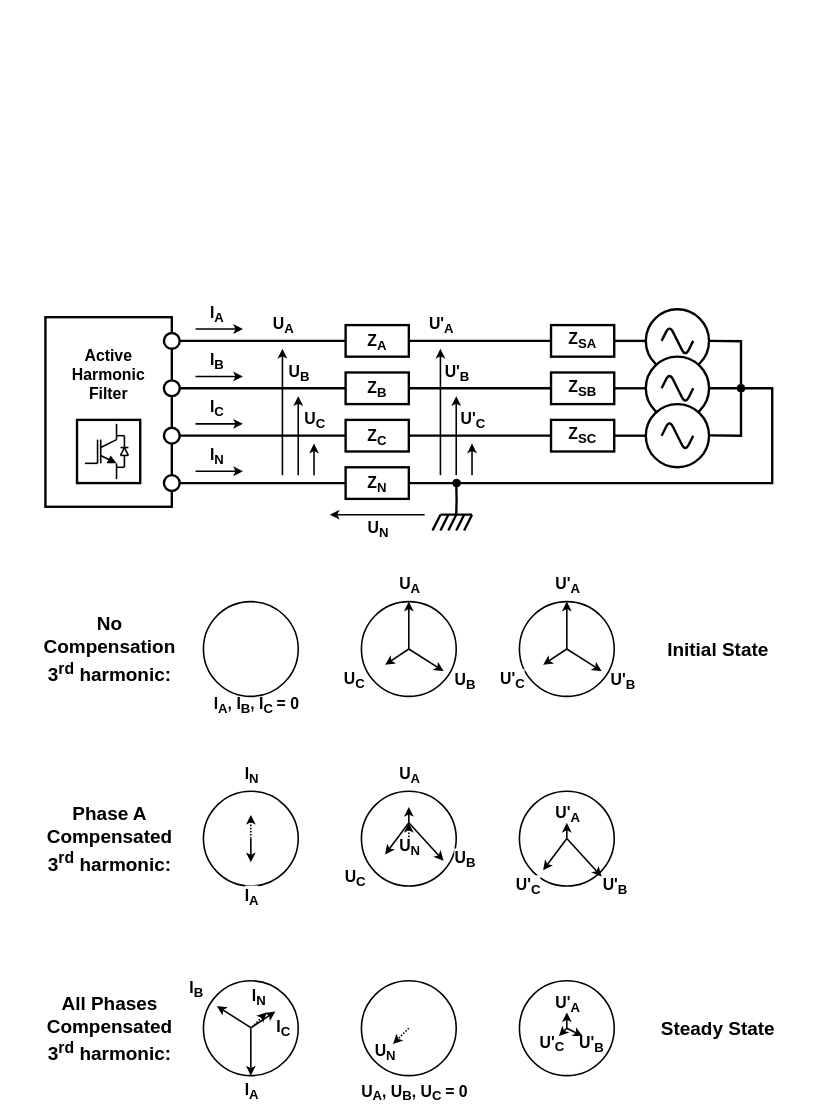
Earlier version of the draw.io diagram page "aszim" (12 of 12) of Graphics/Inverter Graphics.drawio (SukuWc/SGM-Inverter). Source tidied: cells renumbered, new cells numbered last; positions are measured from the earlier drawing's top-left corner, leaving out a move shared by most shapes. Both pictures are drawn from the tidied source at 79%, with x=0, y=0 at pixel (13, 301).
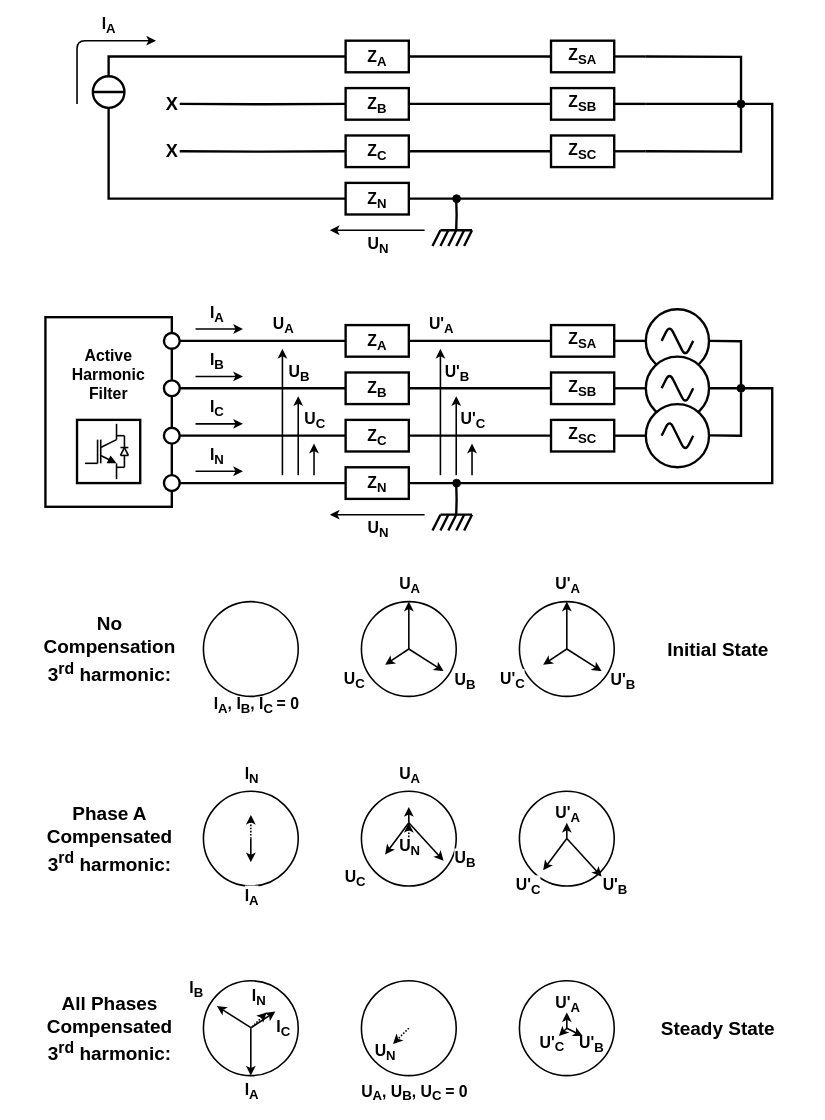
The same diagram, later.

Change to the diagram source:
```diff
@@
-    <mxCell id="5" style="rounded=0;whiteSpace=wrap;html=1;labelBackgroundColor=none;strokeWidth=3;strokeColor=none;fillColor=#FFFFFF;" parent="1" vertex="1">
-      <mxGeometry width="1010" height="320" as="geometry" />
-    </mxCell>
@@
+    <mxCell id="147" style="edgeStyle=orthogonalEdgeStyle;rounded=0;jettySize=auto;html=1;exitX=0.5;exitY=0;exitDx=0;exitDy=0;startArrow=none;startFill=0;endArrow=none;endFill=0;strokeWidth=3;entryX=0;entryY=0.5;entryDx=0;entryDy=0;" parent="1" edge="1" source="180" target="149">
+      <mxGeometry relative="1" as="geometry" />
+    </mxCell>
+    <mxCell id="148" style="edgeStyle=orthogonalEdgeStyle;rounded=0;jettySize=auto;html=1;exitX=1;exitY=0.5;exitDx=0;exitDy=0;startArrow=none;startFill=0;endArrow=none;endFill=0;strokeWidth=3;" parent="1" edge="1" source="149">
+      <mxGeometry relative="1" as="geometry">
+        <mxPoint x="730" y="-310" as="targetPoint" />
+      </mxGeometry>
+    </mxCell>
+    <mxCell id="149" value="&lt;font style=&quot;font-size: 20px&quot;&gt;&lt;b&gt;Z&lt;sub&gt;A&lt;/sub&gt;&lt;/b&gt;&lt;/font&gt;" style="rounded=0;whiteSpace=wrap;html=1;strokeWidth=3;fontSize=24;" parent="1" vertex="1">
+      <mxGeometry x="420" y="-330" width="80" height="40" as="geometry" />
+    </mxCell>
+    <mxCell id="150" style="edgeStyle=orthogonalEdgeStyle;rounded=0;jettySize=auto;html=1;exitX=1;exitY=0.5;exitDx=0;exitDy=0;startArrow=none;startFill=0;endArrow=none;endFill=0;strokeWidth=3;entryX=0;entryY=0.5;entryDx=0;entryDy=0;" parent="1" edge="1" target="152">
+      <mxGeometry relative="1" as="geometry">
+        <mxPoint x="210" y="-250" as="sourcePoint" />
+      </mxGeometry>
+    </mxCell>
+    <mxCell id="151" style="edgeStyle=orthogonalEdgeStyle;rounded=0;jettySize=auto;html=1;exitX=1;exitY=0.5;exitDx=0;exitDy=0;startArrow=none;startFill=0;endArrow=none;endFill=0;strokeWidth=3;" parent="1" edge="1" source="152">
+      <mxGeometry relative="1" as="geometry">
+        <mxPoint x="730" y="-250" as="targetPoint" />
+      </mxGeometry>
+    </mxCell>
+    <mxCell id="152" value="&lt;font style=&quot;font-size: 20px&quot;&gt;&lt;b&gt;Z&lt;sub&gt;B&lt;/sub&gt;&lt;/b&gt;&lt;/font&gt;" style="rounded=0;whiteSpace=wrap;html=1;strokeWidth=3;fontSize=24;" parent="1" vertex="1">
+      <mxGeometry x="420" y="-270" width="80" height="40" as="geometry" />
+    </mxCell>
+    <mxCell id="153" style="edgeStyle=orthogonalEdgeStyle;rounded=0;jettySize=auto;html=1;exitX=1;exitY=0.5;exitDx=0;exitDy=0;startArrow=none;startFill=0;endArrow=none;endFill=0;strokeWidth=3;entryX=0;entryY=0.5;entryDx=0;entryDy=0;" parent="1" edge="1" target="155">
+      <mxGeometry relative="1" as="geometry">
+        <mxPoint x="210" y="-190" as="sourcePoint" />
+      </mxGeometry>
+    </mxCell>
+    <mxCell id="154" style="edgeStyle=orthogonalEdgeStyle;rounded=0;jettySize=auto;html=1;exitX=1;exitY=0.5;exitDx=0;exitDy=0;startArrow=none;startFill=0;endArrow=none;endFill=0;strokeWidth=3;" parent="1" edge="1" source="155">
+      <mxGeometry relative="1" as="geometry">
+        <mxPoint x="730" y="-190" as="targetPoint" />
+      </mxGeometry>
+    </mxCell>
+    <mxCell id="155" value="&lt;font style=&quot;font-size: 20px&quot;&gt;&lt;b&gt;Z&lt;sub&gt;C&lt;/sub&gt;&lt;/b&gt;&lt;/font&gt;" style="rounded=0;whiteSpace=wrap;html=1;strokeWidth=3;fontSize=24;" parent="1" vertex="1">
+      <mxGeometry x="420" y="-210" width="80" height="40" as="geometry" />
+    </mxCell>
+    <mxCell id="156" style="edgeStyle=orthogonalEdgeStyle;rounded=0;jettySize=auto;html=1;exitX=0.5;exitY=1;exitDx=0;exitDy=0;startArrow=none;startFill=0;endArrow=none;endFill=0;strokeWidth=3;entryX=0;entryY=0.5;entryDx=0;entryDy=0;" parent="1" edge="1" source="180" target="158">
+      <mxGeometry relative="1" as="geometry" />
+    </mxCell>
+    <mxCell id="157" style="edgeStyle=orthogonalEdgeStyle;rounded=0;jettySize=auto;html=1;exitX=1;exitY=0.5;exitDx=0;exitDy=0;startArrow=none;startFill=0;endArrow=none;endFill=0;strokeWidth=3;" parent="1" edge="1" source="158">
+      <mxGeometry relative="1" as="geometry">
+        <mxPoint x="800" y="-250" as="targetPoint" />
+        <Array as="points">
+          <mxPoint x="960" y="-130" />
+          <mxPoint x="960" y="-250" />
+        </Array>
+      </mxGeometry>
+    </mxCell>
+    <mxCell id="158" value="&lt;font style=&quot;font-size: 20px&quot;&gt;&lt;b&gt;Z&lt;sub&gt;N&lt;/sub&gt;&lt;/b&gt;&lt;/font&gt;" style="rounded=0;whiteSpace=wrap;html=1;strokeWidth=3;fontSize=24;" parent="1" vertex="1">
+      <mxGeometry x="420" y="-150" width="80" height="40" as="geometry" />
+    </mxCell>
+    <mxCell id="159" style="endArrow=classic;html=1;strokeWidth=2;fontSize=20;fillColor=#f8cecc;strokeColor=#000000;edgeStyle=orthogonalEdgeStyle;" parent="1" edge="1">
+      <mxGeometry relative="1" as="geometry">
+        <mxPoint x="80" y="-250" as="sourcePoint" />
+        <mxPoint x="180" y="-330" as="targetPoint" />
+        <Array as="points">
+          <mxPoint x="80" y="-330" />
+        </Array>
+      </mxGeometry>
+    </mxCell>
+    <mxCell id="160" value="I&lt;sub&gt;A&lt;/sub&gt;" style="text;html=1;align=center;verticalAlign=middle;labelBackgroundColor=#ffffff;fontSize=20;fontStyle=1;" parent="159" vertex="1">
+      <mxGeometry x="0.55" y="-1" relative="1" as="geometry">
+        <mxPoint x="-21" y="-21" as="offset" />
+      </mxGeometry>
+    </mxCell>
+    <mxCell id="161" style="rounded=0;jettySize=auto;html=1;startArrow=none;startFill=0;endArrow=none;endFill=0;strokeWidth=3;edgeStyle=orthogonalEdgeStyle;entryX=0.5;entryY=1;entryDx=0;entryDy=0;" parent="1" edge="1" target="162">
+      <mxGeometry relative="1" as="geometry">
+        <mxPoint x="800" y="-190" as="sourcePoint" />
+      </mxGeometry>
+    </mxCell>
+    <mxCell id="162" style="ellipse;whiteSpace=wrap;html=1;fillColor=#000000;" parent="1" vertex="1">
+      <mxGeometry x="915.5" y="-255" width="10" height="10" as="geometry" />
+    </mxCell>
+    <mxCell id="163" style="rounded=0;jettySize=auto;html=1;startArrow=none;startFill=0;endArrow=none;endFill=0;strokeWidth=3;edgeStyle=orthogonalEdgeStyle;entryX=0.5;entryY=0;entryDx=0;entryDy=0;" parent="1" edge="1" target="162">
+      <mxGeometry relative="1" as="geometry">
+        <mxPoint x="800" y="-310" as="sourcePoint" />
+      </mxGeometry>
+    </mxCell>
+    <mxCell id="164" style="endArrow=none;html=1;strokeWidth=3;" parent="1" edge="1">
+      <mxGeometry relative="1" as="geometry">
+        <mxPoint x="530" y="-70" as="sourcePoint" />
+        <mxPoint x="540" y="-90" as="targetPoint" />
+      </mxGeometry>
+    </mxCell>
+    <mxCell id="165" style="endArrow=none;html=1;strokeWidth=3;" parent="1" edge="1">
+      <mxGeometry relative="1" as="geometry">
+        <mxPoint x="540" y="-70" as="sourcePoint" />
+        <mxPoint x="550" y="-90" as="targetPoint" />
+      </mxGeometry>
+    </mxCell>
+    <mxCell id="166" style="endArrow=none;html=1;strokeWidth=3;" parent="1" edge="1">
+      <mxGeometry relative="1" as="geometry">
+        <mxPoint x="550" y="-70" as="sourcePoint" />
+        <mxPoint x="560" y="-90" as="targetPoint" />
+      </mxGeometry>
+    </mxCell>
+    <mxCell id="167" style="endArrow=none;html=1;strokeWidth=3;" parent="1" edge="1">
+      <mxGeometry relative="1" as="geometry">
+        <mxPoint x="560" y="-70" as="sourcePoint" />
+        <mxPoint x="570" y="-90" as="targetPoint" />
+      </mxGeometry>
+    </mxCell>
+    <mxCell id="168" style="endArrow=none;html=1;strokeWidth=3;" parent="1" edge="1">
+      <mxGeometry relative="1" as="geometry">
+        <mxPoint x="540" y="-90" as="sourcePoint" />
+        <mxPoint x="580" y="-90" as="targetPoint" />
+      </mxGeometry>
+    </mxCell>
+    <mxCell id="169" style="endArrow=none;html=1;strokeWidth=3;" parent="1" edge="1">
+      <mxGeometry relative="1" as="geometry">
+        <mxPoint x="570" y="-70" as="sourcePoint" />
+        <mxPoint x="580" y="-90" as="targetPoint" />
+      </mxGeometry>
+    </mxCell>
+    <mxCell id="170" style="edgeStyle=orthogonalEdgeStyle;rounded=0;orthogonalLoop=1;jettySize=auto;html=1;exitX=0.5;exitY=1;exitDx=0;exitDy=0;endArrow=none;endFill=0;strokeWidth=3;" parent="1" edge="1">
+      <mxGeometry relative="1" as="geometry">
+        <mxPoint x="560" y="-130" as="sourcePoint" />
+        <mxPoint x="560" y="-90" as="targetPoint" />
+      </mxGeometry>
+    </mxCell>
+    <mxCell id="171" style="ellipse;whiteSpace=wrap;html=1;fillColor=#000000;" parent="1" vertex="1">
+      <mxGeometry x="555.5" y="-135" width="10" height="10" as="geometry" />
+    </mxCell>
+    <mxCell id="172" style="edgeStyle=orthogonalEdgeStyle;rounded=0;jettySize=auto;html=1;exitX=1;exitY=0.5;exitDx=0;exitDy=0;entryX=0;entryY=0.5;entryDx=0;entryDy=0;startArrow=none;startFill=0;endArrow=none;endFill=0;strokeWidth=3;" parent="1" edge="1" source="173">
+      <mxGeometry relative="1" as="geometry">
+        <mxPoint x="800" y="-310" as="targetPoint" />
+      </mxGeometry>
+    </mxCell>
+    <mxCell id="173" value="&lt;b&gt;Z&lt;sub&gt;SA&lt;/sub&gt;&lt;/b&gt;" style="rounded=0;whiteSpace=wrap;html=1;strokeWidth=3;fontSize=20;fontStyle=1;" parent="1" vertex="1">
+      <mxGeometry x="680" y="-330" width="80" height="40" as="geometry" />
+    </mxCell>
+    <mxCell id="174" style="edgeStyle=orthogonalEdgeStyle;rounded=0;jettySize=auto;html=1;exitX=1;exitY=0.5;exitDx=0;exitDy=0;entryX=0;entryY=0.5;entryDx=0;entryDy=0;startArrow=none;startFill=0;endArrow=none;endFill=0;strokeWidth=3;" parent="1" edge="1" source="175">
+      <mxGeometry relative="1" as="geometry">
+        <mxPoint x="800" y="-250" as="targetPoint" />
+      </mxGeometry>
+    </mxCell>
+    <mxCell id="175" value="Z&lt;sub&gt;SB&lt;/sub&gt;" style="rounded=0;whiteSpace=wrap;html=1;strokeWidth=3;fontSize=20;fontStyle=1;" parent="1" vertex="1">
+      <mxGeometry x="680" y="-270" width="80" height="40" as="geometry" />
+    </mxCell>
+    <mxCell id="176" style="edgeStyle=orthogonalEdgeStyle;rounded=0;jettySize=auto;html=1;exitX=1;exitY=0.5;exitDx=0;exitDy=0;entryX=0;entryY=0.5;entryDx=0;entryDy=0;startArrow=none;startFill=0;endArrow=none;endFill=0;strokeWidth=3;" parent="1" edge="1" source="177">
+      <mxGeometry relative="1" as="geometry">
+        <mxPoint x="800" y="-190" as="targetPoint" />
+      </mxGeometry>
+    </mxCell>
+    <mxCell id="177" value="Z&lt;sub&gt;SC&lt;/sub&gt;" style="rounded=0;whiteSpace=wrap;html=1;strokeWidth=3;fontSize=20;fontStyle=1;" parent="1" vertex="1">
+      <mxGeometry x="680" y="-210" width="80" height="40" as="geometry" />
+    </mxCell>
+    <mxCell id="178" style="endArrow=classic;html=1;strokeWidth=2;fontSize=20;fillColor=#f8cecc;strokeColor=#000000;" parent="1" edge="1">
+      <mxGeometry relative="1" as="geometry">
+        <mxPoint x="520" y="-90" as="sourcePoint" />
+        <mxPoint x="400" y="-90" as="targetPoint" />
+      </mxGeometry>
+    </mxCell>
+    <mxCell id="179" value="U&lt;sub&gt;N&lt;/sub&gt;" style="text;html=1;align=center;verticalAlign=middle;labelBackgroundColor=#ffffff;fontSize=20;fontStyle=1;" parent="178" vertex="1">
+      <mxGeometry x="0.55" y="-1" relative="1" as="geometry">
+        <mxPoint x="33.3" y="19" as="offset" />
+      </mxGeometry>
+    </mxCell>
+    <mxCell id="180" style="ellipse;whiteSpace=wrap;html=1;strokeWidth=3;" parent="1" vertex="1">
+      <mxGeometry x="100" y="-285" width="40" height="40" as="geometry" />
+    </mxCell>
+    <mxCell id="181" value="X" style="text;html=1;align=center;verticalAlign=middle;fontSize=23;fontStyle=1;" parent="1" vertex="1">
+      <mxGeometry x="185" y="-205" width="30" height="30" as="geometry" />
+    </mxCell>
+    <mxCell id="182" value="X" style="text;html=1;align=center;verticalAlign=middle;fontSize=23;fontStyle=1;" parent="1" vertex="1">
+      <mxGeometry x="185" y="-265" width="30" height="30" as="geometry" />
+    </mxCell>
+    <mxCell id="183" style="rounded=0;orthogonalLoop=1;jettySize=auto;html=1;exitX=0;exitY=0.5;exitDx=0;exitDy=0;entryX=1;entryY=0.5;entryDx=0;entryDy=0;fontSize=23;strokeWidth=3;endArrow=none;endFill=0;" parent="1" edge="1" source="180" target="180">
+      <mxGeometry relative="1" as="geometry" />
+    </mxCell>
```
